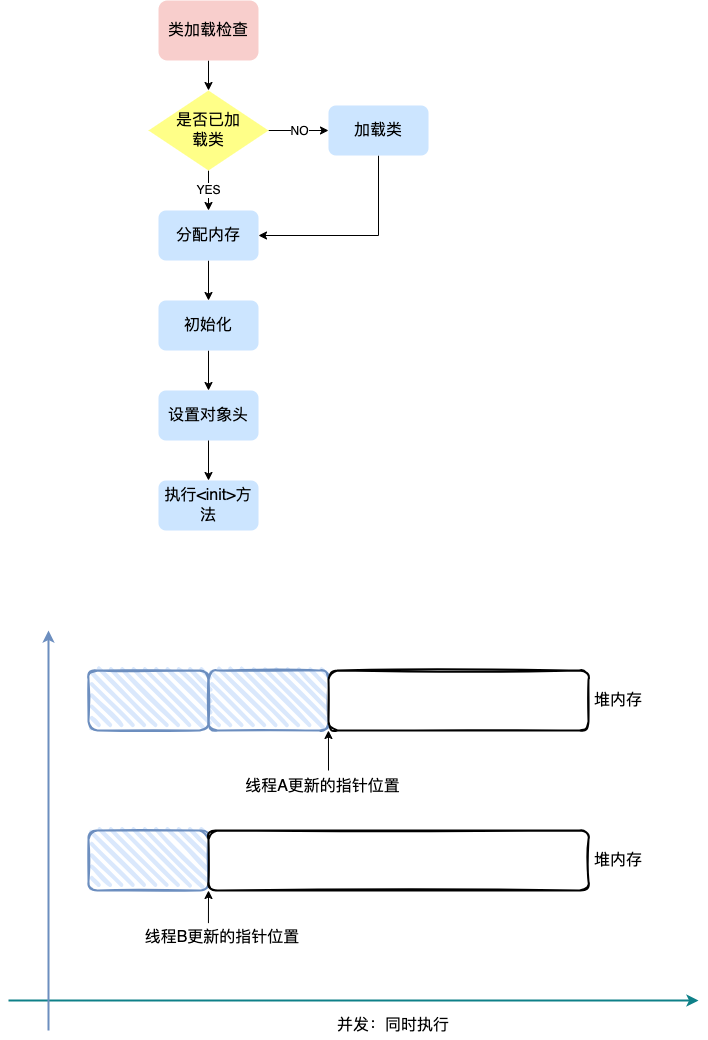
Above: java/jvm/JVM - 对象的创建.drawio.png in lihongyiyi/tech-visuals (draw.io), before the change. Source tidied: cells renumbered, new cells last; positions are measured from the earlier drawing's top-left corner, leaving out a move shared by most shapes.
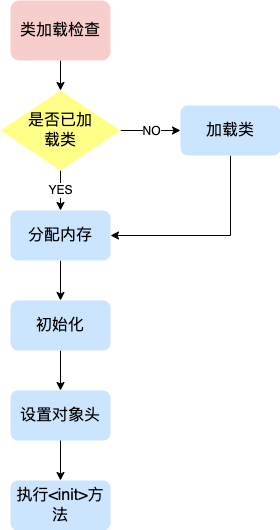
Above is the later version.

Commit message:
更新JVM - 对象的创建.drawio.png

What changed in the source:
```diff
@@ -53,56 +53,5 @@
     <mxCell id="16" value="&lt;font style=&quot;font-size: 16px;&quot;&gt;执行&amp;lt;init&amp;gt;方法&lt;/font&gt;" style="rounded=1;whiteSpace=wrap;html=1;fillColor=#cce5ff;strokeColor=none;" parent="1" vertex="1">
       <mxGeometry x="150" y="480" width="100" height="50" as="geometry" />
     </mxCell>
-    <mxCell id="17" style="rounded=1;whiteSpace=wrap;html=1;strokeWidth=2;fillWeight=4;hachureGap=8;hachureAngle=45;fillColor=#dae8fc;sketch=1;strokeColor=#6c8ebf;" parent="1" vertex="1">
-      <mxGeometry x="80" y="670" width="120" height="60" as="geometry" />
-    </mxCell>
-    <mxCell id="18" style="rounded=1;whiteSpace=wrap;html=1;strokeWidth=2;fillWeight=4;hachureGap=8;hachureAngle=45;fillColor=#dae8fc;sketch=1;strokeColor=#6c8ebf;" parent="1" vertex="1">
-      <mxGeometry x="200" y="670" width="120" height="60" as="geometry" />
-    </mxCell>
-    <mxCell id="19" style="rounded=1;whiteSpace=wrap;html=1;strokeWidth=2;fillWeight=4;hachureGap=8;hachureAngle=45;sketch=1;" parent="1" vertex="1">
-      <mxGeometry x="320" y="670" width="260" height="60" as="geometry" />
-    </mxCell>
-    <mxCell id="20" value="&lt;font style=&quot;font-size: 16px;&quot;&gt;线程A更新的指针位置&lt;/font&gt;" style="text;html=1;strokeColor=none;fillColor=none;align=center;verticalAlign=middle;whiteSpace=wrap;rounded=0;" parent="1" vertex="1">
-      <mxGeometry x="220" y="772" width="189" height="28" as="geometry" />
-    </mxCell>
-    <mxCell id="21" style="endArrow=classic;html=1;rounded=0;entryX=0;entryY=1;entryDx=0;entryDy=0;" parent="1" edge="1">
-      <mxGeometry relative="1" as="geometry">
-        <mxPoint x="320" y="770" as="sourcePoint" />
-        <mxPoint x="319.9" y="730" as="targetPoint" />
-      </mxGeometry>
-    </mxCell>
-    <mxCell id="22" value="&lt;font style=&quot;font-size: 16px;&quot;&gt;堆内存&lt;/font&gt;" style="text;html=1;strokeColor=none;fillColor=none;align=center;verticalAlign=middle;whiteSpace=wrap;rounded=0;" parent="1" vertex="1">
-      <mxGeometry x="580" y="685" width="60" height="30" as="geometry" />
-    </mxCell>
-    <mxCell id="23" style="rounded=1;whiteSpace=wrap;html=1;strokeWidth=2;fillWeight=4;hachureGap=8;hachureAngle=45;fillColor=#dae8fc;sketch=1;strokeColor=#6c8ebf;" parent="1" vertex="1">
-      <mxGeometry x="80" y="830" width="120" height="60" as="geometry" />
-    </mxCell>
-    <mxCell id="24" style="rounded=1;whiteSpace=wrap;html=1;strokeWidth=2;fillWeight=4;hachureGap=8;hachureAngle=45;sketch=1;" parent="1" vertex="1">
-      <mxGeometry x="200" y="830" width="380" height="60" as="geometry" />
-    </mxCell>
-    <mxCell id="25" value="&lt;font style=&quot;font-size: 16px;&quot;&gt;线程B更新的指针位置&lt;/font&gt;" style="text;html=1;strokeColor=none;fillColor=none;align=center;verticalAlign=middle;whiteSpace=wrap;rounded=0;" parent="1" vertex="1">
-      <mxGeometry x="119" y="923" width="190" height="27" as="geometry" />
-    </mxCell>
-    <mxCell id="26" style="endArrow=classic;html=1;rounded=0;entryX=0;entryY=1;entryDx=0;entryDy=0;exitX=0.426;exitY=-0.014;exitDx=0;exitDy=0;exitPerimeter=0;" parent="1" edge="1" source="25" target="24">
-      <mxGeometry relative="1" as="geometry" />
-    </mxCell>
-    <mxCell id="27" value="&lt;font style=&quot;font-size: 16px;&quot;&gt;堆内存&lt;/font&gt;" style="text;html=1;strokeColor=none;fillColor=none;align=center;verticalAlign=middle;whiteSpace=wrap;rounded=0;" parent="1" vertex="1">
-      <mxGeometry x="580" y="845" width="60" height="30" as="geometry" />
-    </mxCell>
-    <mxCell id="28" style="endArrow=classic;html=1;rounded=0;fillColor=#b0e3e6;strokeColor=#0e8088;strokeWidth=2;" parent="1" edge="1">
-      <mxGeometry relative="1" as="geometry">
-        <mxPoint y="1000" as="sourcePoint" />
-        <mxPoint x="690" y="1000" as="targetPoint" />
-      </mxGeometry>
-    </mxCell>
-    <mxCell id="29" style="endArrow=classic;html=1;rounded=0;fillColor=#dae8fc;strokeColor=#6c8ebf;gradientColor=#7ea6e0;strokeWidth=2;" parent="1" edge="1">
-      <mxGeometry relative="1" as="geometry">
-        <mxPoint x="40" y="1030" as="sourcePoint" />
-        <mxPoint x="40" y="630" as="targetPoint" />
-      </mxGeometry>
-    </mxCell>
-    <mxCell id="30" value="&lt;font style=&quot;font-size: 16px;&quot;&gt;并发：同时执行&lt;/font&gt;" style="text;html=1;strokeColor=none;fillColor=none;align=center;verticalAlign=middle;whiteSpace=wrap;rounded=0;" parent="1" vertex="1">
-      <mxGeometry x="320" y="1010" width="130" height="30" as="geometry" />
-    </mxCell>
   </root>
 </mxGraphModel>
```
